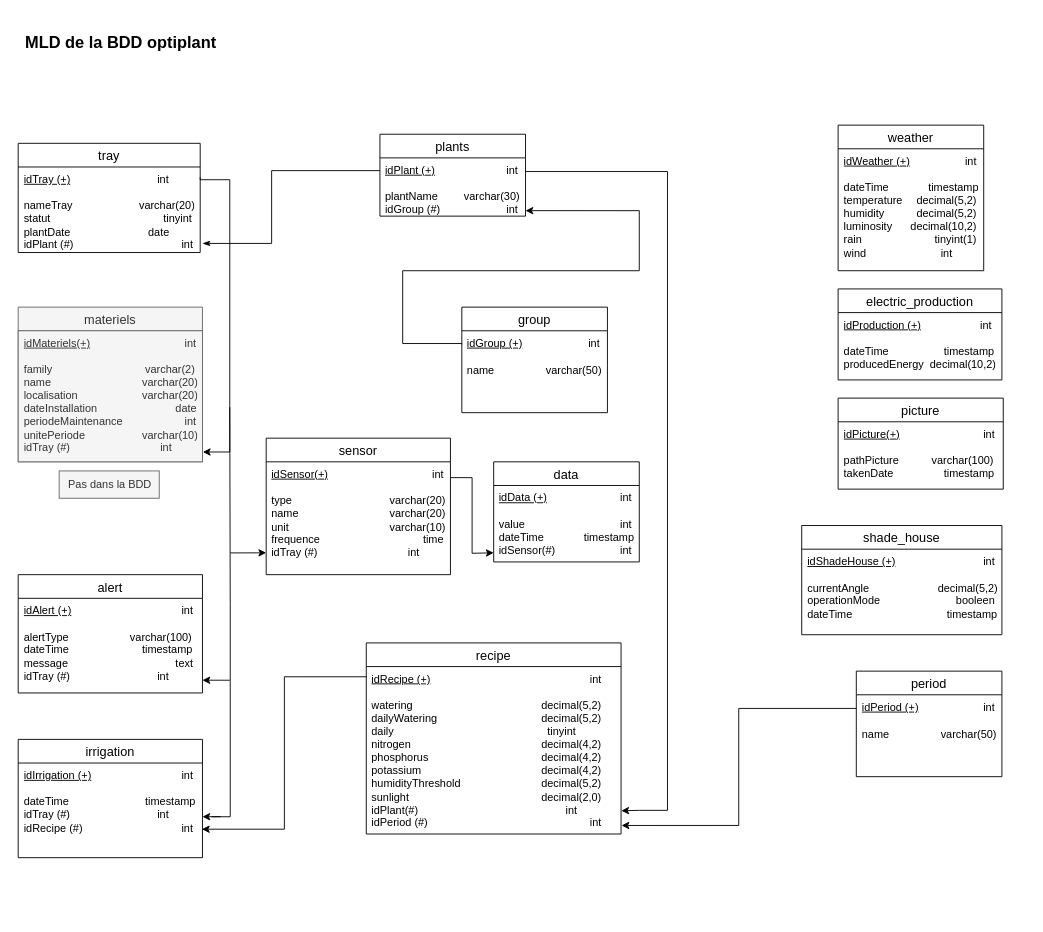
SAE601/BDD keeps this draw.io diagram as MLD.drawio. Above is the earlier version. Source tidied: cells renumbered, new cells numbered last; positions are measured from the earlier drawing's top-left corner, leaving out a move shared by most shapes. Both pictures are drawn from the tidied source at 91%, with x=0, y=0 at pixel (15, 15).
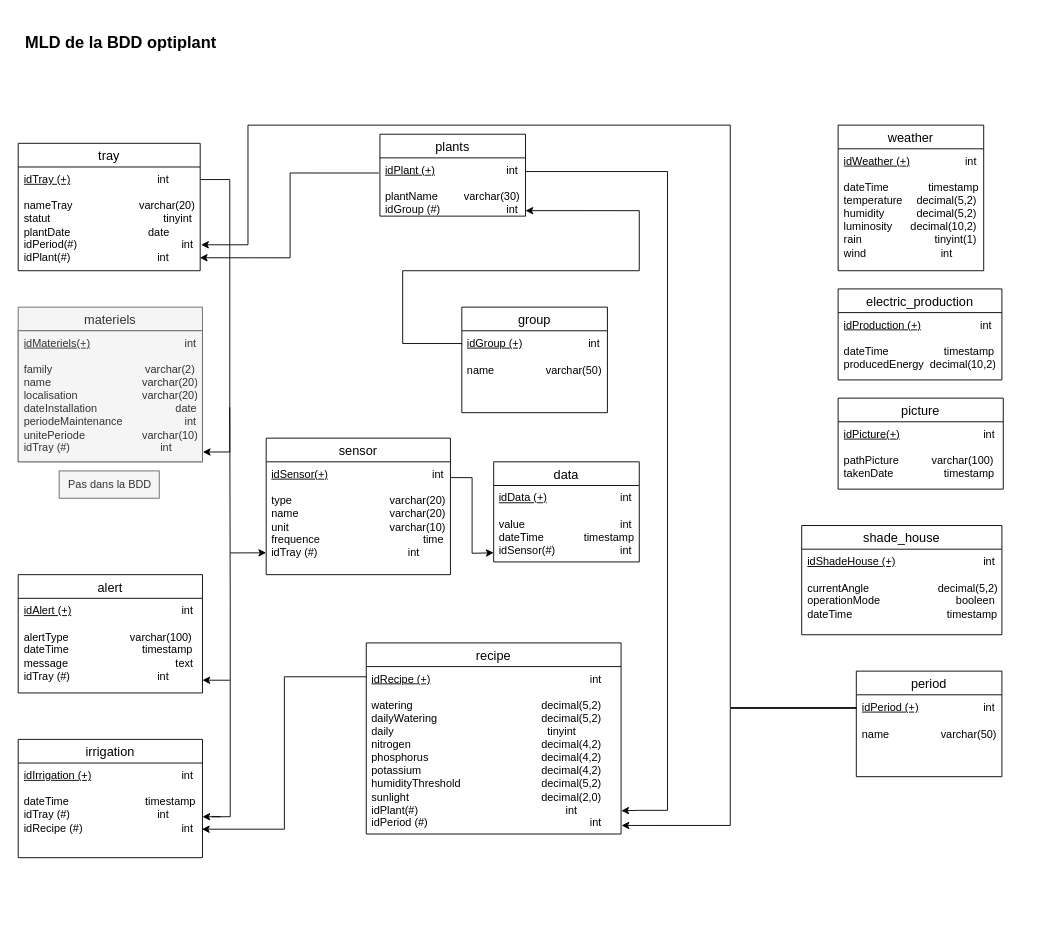
Above is the later version.

Unchanged cells that the change refers to:
```xml
<mxCell id="5" value="&lt;div&gt;&lt;u&gt;idPlant (+)&lt;/u&gt;&lt;span style=&quot;white-space: pre;&quot;&gt;&#9;&lt;/span&gt;&lt;span style=&quot;white-space: pre;&quot;&gt;&#9;&lt;/span&gt;&lt;span style=&quot;white-space: pre;&quot;&gt;&#9;&lt;/span&gt;int&lt;u&gt;&lt;br&gt;&lt;/u&gt;&lt;/div&gt;&lt;div&gt;&lt;br&gt;&lt;/div&gt;&lt;div&gt;plantName&lt;span style=&quot;white-space: pre;&quot;&gt;&#9;&lt;/span&gt;&amp;nbsp; &lt;span style=&quot;white-space: pre;&quot;&gt;varchar(30)&lt;/span&gt;&lt;/div&gt;&lt;div&gt;idGroup (#)&lt;span style=&quot;white-space: pre;&quot;&gt;&#9;&lt;/span&gt;&amp;nbsp;&amp;nbsp;&amp;nbsp;&amp;nbsp;&amp;nbsp;&amp;nbsp; &lt;span style=&quot;white-space: pre;&quot;&gt;&#9;&lt;/span&gt;&amp;nbsp;&amp;nbsp;&amp;nbsp;&amp;nbsp;&amp;nbsp;&amp;nbsp;&amp;nbsp; int&lt;/div&gt;" style="text;strokeColor=none;fillColor=none;spacingLeft=4;spacingRight=4;overflow=hidden;points=[[0,0.5],[1,0.5]];portConstraint=eastwest;fontSize=12;whiteSpace=wrap;html=1;" parent="4" vertex="1">
  <mxGeometry y="26" width="160" height="64" as="geometry" />
</mxCell>
<mxCell id="15" value="&lt;u&gt;idPeriod (+)&lt;/u&gt;&lt;span style=&quot;white-space: pre;&quot;&gt;&#9;&lt;/span&gt;&lt;span style=&quot;white-space: pre;&quot;&gt;&#9;&lt;/span&gt;&lt;span style=&quot;white-space: pre;&quot;&gt;&#9;&lt;/span&gt;int" style="text;strokeColor=none;fillColor=none;spacingLeft=4;spacingRight=4;overflow=hidden;points=[[0,0.5],[1,0.5]];portConstraint=eastwest;fontSize=12;whiteSpace=wrap;html=1;" parent="14" vertex="1">
  <mxGeometry y="26" width="160" height="30" as="geometry" />
</mxCell>
<mxCell id="33" value="&lt;div&gt;&lt;u&gt;idRecipe (+)&lt;/u&gt;&lt;span style=&quot;white-space: pre;&quot;&gt;&#9;&lt;/span&gt;&lt;span style=&quot;white-space: pre;&quot;&gt;&#9;&lt;/span&gt;&lt;span style=&quot;white-space: pre;&quot;&gt;&#9;&lt;/span&gt;&lt;span style=&quot;white-space: pre;&quot;&gt;&#9;&lt;/span&gt;&lt;span style=&quot;white-space: pre;&quot;&gt;&#9;&lt;/span&gt;&lt;span style=&quot;white-space: pre;&quot;&gt;&#9;&lt;/span&gt;&lt;span style=&quot;white-space: pre;&quot;&gt;&#9;&lt;/span&gt;int&lt;/div&gt;&lt;div&gt;&lt;br&gt;&lt;/div&gt;&lt;div&gt;watering&lt;span style=&quot;white-space: pre;&quot;&gt;&#9;&lt;/span&gt;&lt;span style=&quot;white-space: pre;&quot;&gt;&#9;&lt;/span&gt;&lt;span style=&quot;white-space: pre;&quot;&gt;&#9;&lt;/span&gt;&lt;span style=&quot;white-space: pre;&quot;&gt;&#9;&lt;/span&gt;&lt;span style=&quot;white-space: pre;&quot;&gt;&#9;&lt;/span&gt;&lt;span style=&quot;white-space: pre;&quot;&gt;&#9;&lt;/span&gt;&lt;span style=&quot;white-space: pre;&quot;&gt;decimal(5,2)&lt;/span&gt;&lt;/div&gt;&lt;div&gt;&lt;div&gt;dailyWatering&lt;span style=&quot;white-space: pre;&quot;&gt;&#9;&lt;/span&gt;&lt;span style=&quot;white-space: pre;&quot;&gt;&#9;&lt;/span&gt;&lt;span style=&quot;white-space: pre;&quot;&gt;&#9;&lt;/span&gt;&lt;span style=&quot;white-space: pre;&quot;&gt;&#9;&lt;/span&gt;&lt;span style=&quot;white-space: pre;&quot;&gt;&#9;&lt;/span&gt;decimal(5,2)&lt;/div&gt;&lt;div&gt;daily&lt;span style=&quot;white-space: pre;&quot;&gt;&#9;&lt;/span&gt;&lt;span style=&quot;white-space: pre;&quot;&gt;&#9;&lt;/span&gt;&lt;span style=&quot;white-space: pre;&quot;&gt;&#9;&lt;/span&gt;&lt;span style=&quot;white-space: pre;&quot;&gt;&#9;&lt;/span&gt;&lt;span style=&quot;white-space: pre;&quot;&gt;&#9;&lt;/span&gt;&lt;span style=&quot;white-space: pre;&quot;&gt;&#9;&lt;/span&gt;&lt;span style=&quot;white-space: pre;&quot;&gt;&#9;&lt;/span&gt;&amp;nbsp; tinyint&lt;br&gt;nitrogen&lt;span style=&quot;white-space: pre;&quot;&gt;&#9;&lt;/span&gt;&lt;span style=&quot;white-space: pre;&quot;&gt;&#9;&lt;/span&gt;&lt;span style=&quot;white-space: pre;&quot;&gt;&#9;&lt;/span&gt;&lt;span style=&quot;white-space: pre;&quot;&gt;&#9;&lt;/span&gt;&lt;span style=&quot;white-space: pre;&quot;&gt;&#9;&lt;/span&gt;&lt;span style=&quot;white-space: pre;&quot;&gt;&#9;&lt;/span&gt;decimal(4,2)&lt;br&gt;phosphorus&lt;span style=&quot;white-space: pre;&quot;&gt;&#9;&lt;/span&gt;&lt;span style=&quot;white-space: pre;&quot;&gt;&#9;&lt;/span&gt;&lt;span style=&quot;white-space: pre;&quot;&gt;&#9;&lt;/span&gt;&lt;span style=&quot;white-space: pre;&quot;&gt;&#9;&lt;/span&gt;&lt;span style=&quot;white-space: pre;&quot;&gt;&#9;&lt;/span&gt;decimal(4,2)&lt;br&gt;potassium&lt;span style=&quot;white-space: pre;&quot;&gt;&#9;&lt;/span&gt;&lt;span style=&quot;white-space: pre;&quot;&gt;&#9;&lt;/span&gt;&lt;span style=&quot;white-space: pre;&quot;&gt;&#9;&lt;/span&gt;&lt;span style=&quot;white-space: pre;&quot;&gt;&#9;&lt;/span&gt;&lt;span style=&quot;white-space: pre;&quot;&gt;&#9;&lt;/span&gt;decimal(4,2)&lt;br&gt;humidityThreshold&lt;span style=&quot;white-space: pre;&quot;&gt;&#9;&lt;/span&gt;&lt;span style=&quot;white-space: pre;&quot;&gt;&#9;&lt;/span&gt;&lt;span style=&quot;white-space: pre;&quot;&gt;&#9;&lt;/span&gt;&lt;span style=&quot;white-space: pre;&quot;&gt;&#9;&lt;/span&gt;decimal(5,2)&lt;/div&gt;&lt;div&gt;sunlight&lt;span style=&quot;white-space: pre;&quot;&gt;&#9;&lt;/span&gt;&lt;span style=&quot;white-space: pre;&quot;&gt;&#9;&lt;/span&gt;&lt;span style=&quot;white-space: pre;&quot;&gt;&#9;&lt;/span&gt;&lt;span style=&quot;white-space: pre;&quot;&gt;&#9;&lt;/span&gt;&lt;span style=&quot;white-space: pre;&quot;&gt;&#9;&lt;/span&gt;&lt;span style=&quot;white-space: pre;&quot;&gt;&#9;&lt;/span&gt;&lt;span style=&quot;white-space: pre;&quot;&gt;&lt;/span&gt;decimal(2,0)&lt;div&gt;idPlant(#)&lt;span style=&quot;white-space: pre;&quot;&gt;&#9;&lt;/span&gt;&lt;span style=&quot;white-space: pre;&quot;&gt;&#9;&lt;/span&gt;&lt;span style=&quot;white-space: pre;&quot;&gt;&#9;&lt;/span&gt;&lt;span style=&quot;white-space: pre;&quot;&gt;&#9;&lt;/span&gt;&lt;span style=&quot;white-space: pre;&quot;&gt;&#9;&lt;/span&gt;&lt;span style=&quot;white-space: pre;&quot;&gt;&#9;&lt;/span&gt;&lt;span style=&quot;white-space: pre;&quot;&gt;&#9;&lt;/span&gt;int&lt;/div&gt;&lt;div&gt;idPeriod (#)&lt;span style=&quot;white-space: pre;&quot;&gt;&#9;&lt;/span&gt;&lt;span style=&quot;white-space: pre;&quot;&gt;&#9;&lt;/span&gt;&lt;span style=&quot;white-space: pre;&quot;&gt;&#9;&lt;/span&gt;&lt;span style=&quot;white-space: pre;&quot;&gt;&#9;&lt;/span&gt;&lt;span style=&quot;white-space: pre;&quot;&gt;&#9;&lt;/span&gt;&lt;span style=&quot;white-space: pre;&quot;&gt;&#9;&lt;/span&gt;&lt;span style=&quot;white-space: pre;&quot;&gt;&#9;&lt;/span&gt;int&lt;/div&gt;&lt;table class=&quot;table table-striped table-hover table-sm table_results data ajax w-auto&quot;&gt;&lt;thead&gt;&lt;tr&gt;&lt;th class=&quot;draggable position-sticky text-end&quot;&gt;&lt;span style=&quot;font-weight: normal;&quot;&gt;&lt;br&gt;        &lt;br&gt;  &lt;/span&gt;&lt;/th&gt;  &lt;th class=&quot;draggable position-sticky text-end&quot;&gt;&lt;br&gt;&lt;br&gt;        &lt;br&gt;  &lt;/th&gt;  &lt;th class=&quot;draggable position-sticky text-end&quot;&gt;&lt;br&gt;&lt;br&gt;        &lt;br&gt;  &lt;/th&gt;  &lt;th class=&quot;draggable position-sticky text-end&quot;&gt;&lt;br&gt;&lt;br&gt;        &lt;br&gt;  &lt;/th&gt;  &lt;th class=&quot;draggable position-sticky text-end&quot;&gt;&lt;br&gt;&lt;br&gt;        &lt;br&gt;  &lt;/th&gt;  &lt;th class=&quot;draggable position-sticky text-end&quot;&gt;&lt;br&gt;&lt;br&gt;        &lt;br&gt;  &lt;/th&gt;  &lt;th class=&quot;draggable position-sticky text-end&quot;&gt;&lt;br&gt;&lt;br&gt;        &lt;br&gt;  &lt;/th&gt;  &lt;th class=&quot;draggable position-sticky text-end&quot;&gt;&lt;br&gt;&lt;br&gt;        &lt;br&gt;  &lt;/th&gt;  &lt;th class=&quot;draggable position-sticky text-end&quot;&gt;&lt;br&gt;&lt;br&gt;        &lt;br&gt;  &lt;/th&gt;      &lt;td colspan=&quot;4&quot; class=&quot;d-print-none&quot;&gt;&lt;br&gt;&lt;/td&gt;&lt;/tr&gt;&lt;/thead&gt;&lt;/table&gt;&lt;/div&gt;&lt;/div&gt;&lt;div&gt;&lt;br&gt;&lt;/div&gt;" style="text;strokeColor=none;fillColor=none;spacingLeft=4;spacingRight=4;overflow=hidden;points=[[0,0.5],[1,0.5]];portConstraint=eastwest;fontSize=12;whiteSpace=wrap;html=1;align=left;" parent="32" vertex="1">
  <mxGeometry y="26" width="280" height="184" as="geometry" />
</mxCell>
```

What changed in the source:
```diff
@@
     <mxCell id="2" value="tray" style="swimlane;fontStyle=0;horizontal=1;startSize=26;align=center;fontSize=14;" parent="1" vertex="1">
-      <mxGeometry x="2.5" y="140" width="200" height="120" as="geometry" />
+      <mxGeometry x="2.5" y="140" width="200" height="140" as="geometry" />
     </mxCell>
-    <mxCell id="3" value="&lt;div&gt;&lt;u&gt;idTray (+)&lt;/u&gt;&lt;span style=&quot;white-space: pre;&quot;&gt;&#9;&lt;/span&gt;&lt;span style=&quot;white-space: pre;&quot;&gt;&#9;&lt;/span&gt;&lt;span style=&quot;white-space: pre;&quot;&gt;&#9;&lt;/span&gt;&amp;nbsp;&amp;nbsp;&amp;nbsp;&amp;nbsp;&amp;nbsp;&amp;nbsp;&amp;nbsp;&amp;nbsp;&amp;nbsp; &amp;nbsp; int&lt;br&gt;&lt;/div&gt;&lt;div&gt;&lt;br&gt;&lt;/div&gt;&lt;div&gt;nameTray&lt;span style=&quot;white-space: pre;&quot;&gt;&lt;span style=&quot;white-space: pre;&quot;&gt;&#9;&lt;/span&gt;              varchar(20)&lt;/span&gt;&lt;/div&gt;&lt;div&gt;&lt;span style=&quot;white-space: pre;&quot;&gt;statut&lt;span style=&quot;white-space: pre;&quot;&gt;&#9;&lt;/span&gt;&lt;span style=&quot;white-space: pre;&quot;&gt;&#9;&lt;/span&gt;&lt;span style=&quot;white-space: pre;&quot;&gt;&#9;&lt;/span&gt;              tinyint&lt;/span&gt;&lt;/div&gt;&lt;div&gt;&lt;div&gt;plantDate&lt;span style=&quot;white-space: pre;&quot;&gt;&#9;&lt;/span&gt;&lt;span style=&quot;white-space: pre;&quot;&gt;&#9;&lt;/span&gt;&amp;nbsp;&amp;nbsp;&amp;nbsp;&amp;nbsp; &lt;span style=&quot;white-space: pre;&quot;&gt;&#9;&lt;/span&gt;&lt;span style=&quot;white-space: pre;&quot;&gt;&#9;&lt;/span&gt; date&lt;/div&gt;&lt;/div&gt;&lt;div&gt;idPlant (#)&lt;span style=&quot;white-space: pre;&quot;&gt;&#9;&lt;/span&gt;&lt;span style=&quot;white-space: pre;&quot;&gt;&#9;&lt;/span&gt;&lt;span style=&quot;white-space: pre;&quot;&gt;&#9;&lt;/span&gt;&lt;span style=&quot;white-space: pre;&quot;&gt;&#9;&lt;/span&gt;&amp;nbsp;&amp;nbsp;&amp;nbsp; int&lt;br&gt;&lt;/div&gt;&lt;div&gt;&lt;br&gt;&lt;/div&gt;" style="text;strokeColor=none;fillColor=none;spacingLeft=4;spacingRight=4;overflow=hidden;points=[[0,0.5],[1,0.5]];portConstraint=eastwest;fontSize=12;whiteSpace=wrap;html=1;" parent="2" vertex="1">
-      <mxGeometry y="26" width="200" height="94" as="geometry" />
+    <mxCell id="3" value="&lt;div&gt;&lt;u&gt;idTray (+)&lt;/u&gt;&lt;span style=&quot;white-space: pre;&quot;&gt;&#9;&lt;/span&gt;&lt;span style=&quot;white-space: pre;&quot;&gt;&#9;&lt;/span&gt;&lt;span style=&quot;white-space: pre;&quot;&gt;&#9;&lt;/span&gt;&amp;nbsp;&amp;nbsp;&amp;nbsp;&amp;nbsp;&amp;nbsp;&amp;nbsp;&amp;nbsp;&amp;nbsp;&amp;nbsp; &amp;nbsp; int&lt;br&gt;&lt;/div&gt;&lt;div&gt;&lt;br&gt;&lt;/div&gt;&lt;div&gt;nameTray&lt;span style=&quot;white-space: pre;&quot;&gt;&lt;span style=&quot;white-space: pre;&quot;&gt;&#9;&lt;/span&gt;              varchar(20)&lt;/span&gt;&lt;/div&gt;&lt;div&gt;&lt;span style=&quot;white-space: pre;&quot;&gt;statut&lt;span style=&quot;white-space: pre;&quot;&gt;&#9;&lt;/span&gt;&lt;span style=&quot;white-space: pre;&quot;&gt;&#9;&lt;/span&gt;&lt;span style=&quot;white-space: pre;&quot;&gt;&#9;&lt;/span&gt;              tinyint&lt;/span&gt;&lt;/div&gt;&lt;div&gt;&lt;div&gt;plantDate&lt;span style=&quot;white-space: pre;&quot;&gt;&#9;&lt;/span&gt;&lt;span style=&quot;white-space: pre;&quot;&gt;&#9;&lt;/span&gt;&amp;nbsp;&amp;nbsp;&amp;nbsp;&amp;nbsp; &lt;span style=&quot;white-space: pre;&quot;&gt;&#9;&lt;/span&gt;&lt;span style=&quot;white-space: pre;&quot;&gt;&#9;&lt;/span&gt; date&lt;/div&gt;&lt;/div&gt;&lt;div&gt;idPeriod(#)&lt;span style=&quot;white-space: pre;&quot;&gt;&#9;&lt;/span&gt;&lt;span style=&quot;white-space: pre;&quot;&gt;&#9;&lt;/span&gt;&lt;span style=&quot;white-space: pre;&quot;&gt;&#9;&lt;/span&gt;&lt;span style=&quot;white-space: pre;&quot;&gt;&#9;&lt;/span&gt;&amp;nbsp;&amp;nbsp;&amp;nbsp; int&lt;br&gt;&lt;/div&gt;&lt;div&gt;idPlant(#)&lt;span style=&quot;white-space: pre;&quot;&gt;&#9;&lt;/span&gt;&lt;span style=&quot;white-space: pre;&quot;&gt;&#9;&lt;/span&gt;&lt;span style=&quot;white-space: pre;&quot;&gt;&#9;&lt;/span&gt;&lt;span style=&quot;white-space: pre;&quot;&gt;&#9;&lt;/span&gt;&amp;nbsp;&amp;nbsp;&amp;nbsp; int&lt;/div&gt;" style="text;strokeColor=none;fillColor=none;spacingLeft=4;spacingRight=4;overflow=hidden;points=[[0,0.5],[1,0.5]];portConstraint=eastwest;fontSize=12;whiteSpace=wrap;html=1;" parent="2" vertex="1">
+      <mxGeometry y="26" width="200" height="114" as="geometry" />
     </mxCell>
@@
-    <mxCell id="6" style="endArrow=classicThin;html=1;rounded=0;endFill=1;edgeStyle=orthogonalEdgeStyle;" parent="1" edge="1">
-      <mxGeometry relative="1" as="geometry">
-        <mxPoint x="400" y="170" as="sourcePoint" />
-        <mxPoint x="205" y="250" as="targetPoint" />
-        <Array as="points">
-          <mxPoint x="281" y="170" />
-          <mxPoint x="281" y="250" />
-          <mxPoint x="205" y="250" />
-        </Array>
-      </mxGeometry>
-    </mxCell>
@@
     <mxCell id="39" style="edgeStyle=orthogonalEdgeStyle;rounded=0;jettySize=auto;html=1;exitX=0;exitY=0.5;exitDx=0;exitDy=0;entryX=1.002;entryY=0.949;entryDx=0;entryDy=0;entryPerimeter=0;" parent="1" edge="1" source="15" target="33">
-      <mxGeometry relative="1" as="geometry" />
+      <mxGeometry relative="1" as="geometry">
+        <Array as="points">
+          <mxPoint x="785" y="761" />
+          <mxPoint x="785" y="890" />
+        </Array>
+      </mxGeometry>
     </mxCell>
@@
+    <mxCell id="49" style="edgeStyle=orthogonalEdgeStyle;rounded=0;jettySize=auto;html=1;exitX=0;exitY=0.5;exitDx=0;exitDy=0;entryX=1.005;entryY=0.741;entryDx=0;entryDy=0;entryPerimeter=0;" parent="1" edge="1" source="15">
+      <mxGeometry relative="1" as="geometry">
+        <mxPoint x="203.5" y="251.5" as="targetPoint" />
+        <Array as="points">
+          <mxPoint x="785" y="760" />
+          <mxPoint x="785" y="120" />
+          <mxPoint x="255" y="120" />
+          <mxPoint x="255" y="252" />
+        </Array>
+      </mxGeometry>
+    </mxCell>
+    <mxCell id="50" style="edgeStyle=orthogonalEdgeStyle;rounded=0;jettySize=auto;html=1;entryX=0.998;entryY=0.875;entryDx=0;entryDy=0;entryPerimeter=0;exitX=-0.007;exitY=0.26;exitDx=0;exitDy=0;exitPerimeter=0;" parent="1" edge="1" source="5" target="3">
+      <mxGeometry relative="1" as="geometry" />
+    </mxCell>
```
